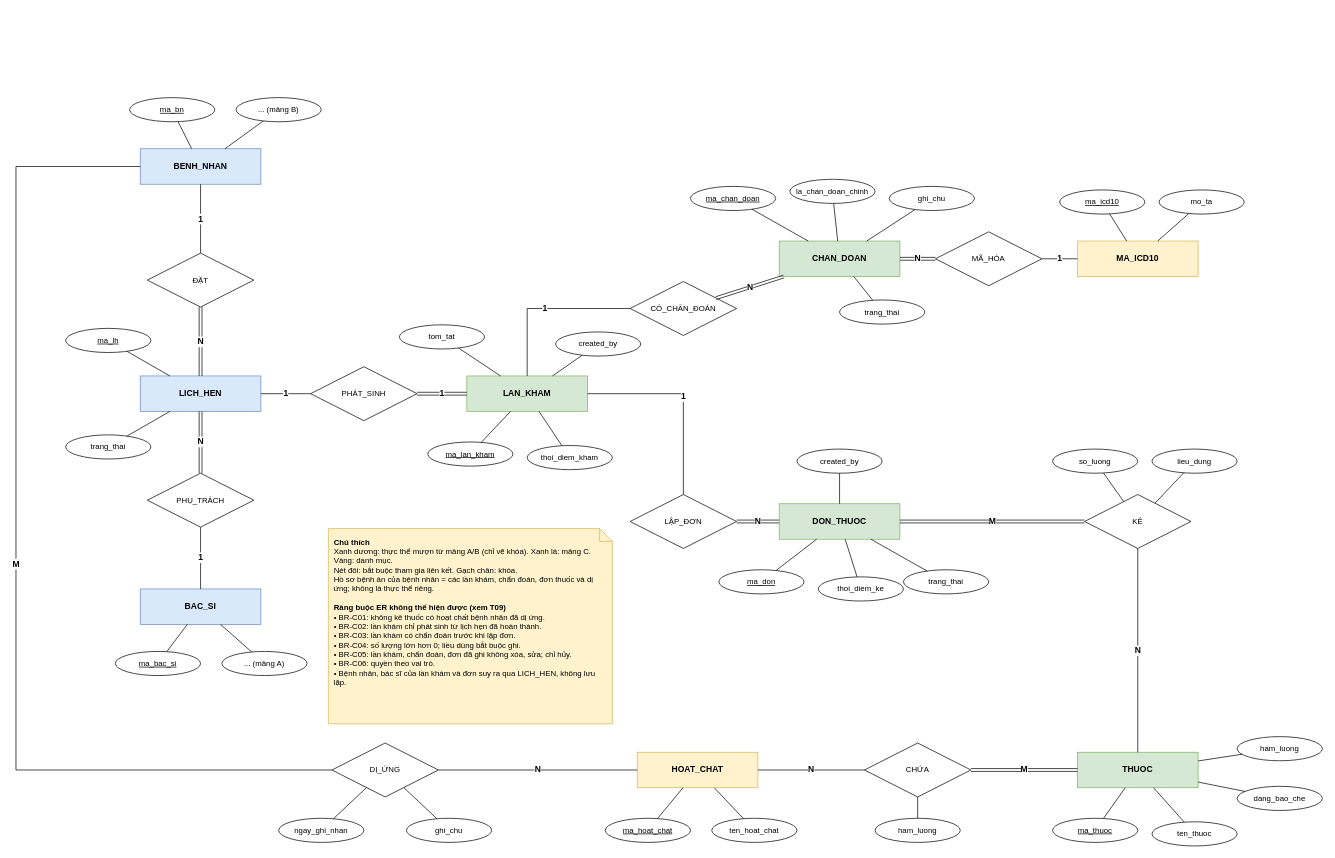
Before: docs/3_erd/C.drawio in khoiln218/telemedicine, a draw.io diagram. Source tidied: cells renumbered, new cells numbered last; positions are measured from the earlier drawing's top-left corner, leaving out a move shared by most shapes. Both pictures are drawn from the tidied source at 71%, with x=0, y=0 at pixel (16, 97).
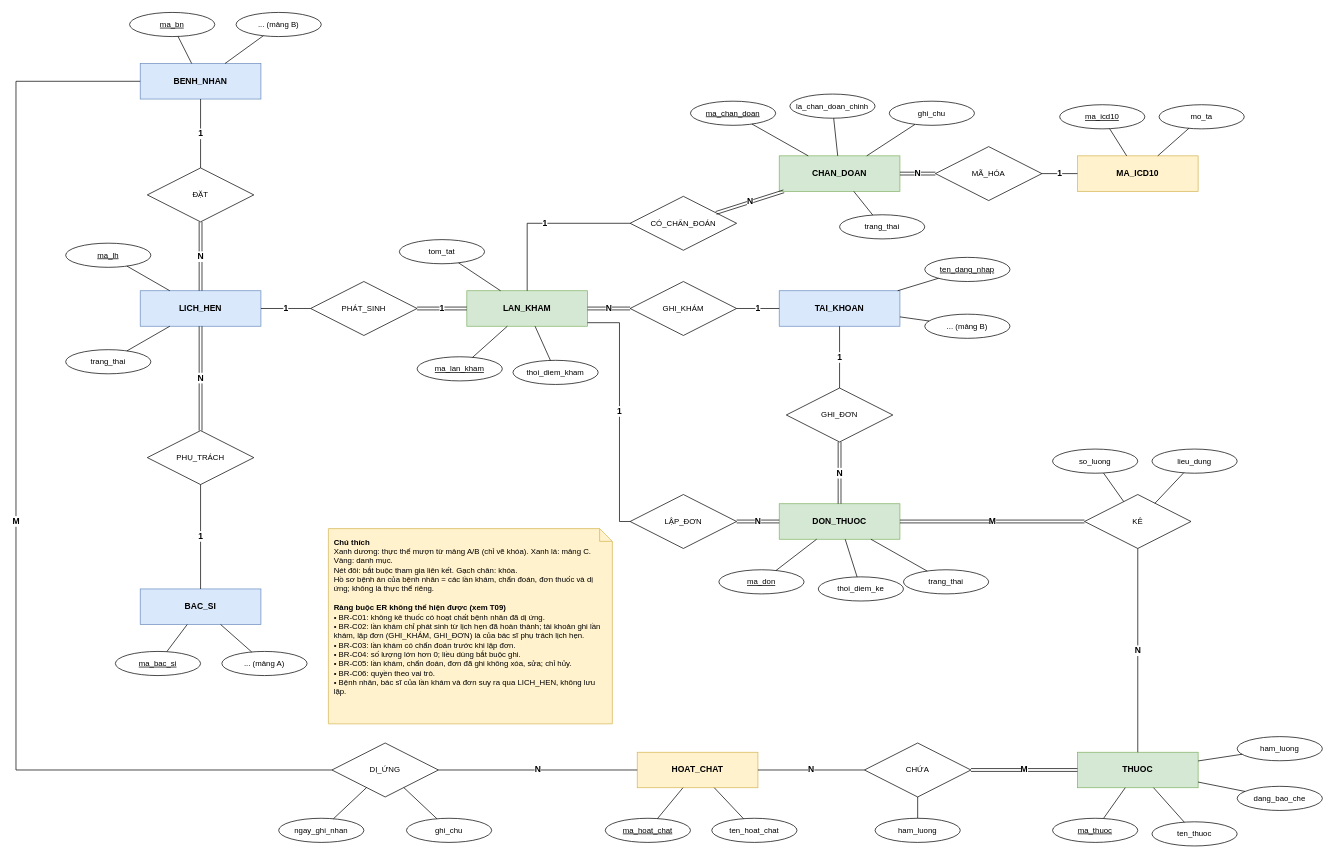
The same page after the edit.

Unchanged cells that the change refers to:
```xml
<mxCell id="8" value="DON_THUOC" style="shape=ext;double=0;whiteSpace=wrap;html=1;fontStyle=1;fillColor=#d5e8d4;strokeColor=#82b366;" parent="1" vertex="1">
  <mxGeometry x="1075" y="572" width="170" height="50" as="geometry" />
</mxCell>
<mxCell id="16" value="LẬP_ĐƠN" style="shape=rhombus;double=0;perimeter=rhombusPerimeter;whiteSpace=wrap;html=1;fontSize=11;fillColor=#ffffff;strokeColor=#000000;" parent="1" vertex="1">
  <mxGeometry x="865" y="559" width="150" height="76" as="geometry" />
</mxCell>
<mxCell id="19" value="DỊ_ỨNG" style="shape=rhombus;double=0;perimeter=rhombusPerimeter;whiteSpace=wrap;html=1;fontSize=11;fillColor=#ffffff;strokeColor=#000000;" parent="1" vertex="1">
  <mxGeometry x="445" y="909" width="150" height="76" as="geometry" />
</mxCell>
```

The edit, as a diff of the source:
```diff
@@
     <mxCell id="2" value="BENH_NHAN" style="shape=ext;double=0;whiteSpace=wrap;html=1;fontStyle=1;fillColor=#dae8fc;strokeColor=#6c8ebf;" parent="1" vertex="1">
-      <mxGeometry x="175" y="72" width="170" height="50" as="geometry" />
+      <mxGeometry x="175" y="-48" width="170" height="50" as="geometry" />
     </mxCell>
     <mxCell id="3" value="LICH_HEN" style="shape=ext;double=0;whiteSpace=wrap;html=1;fontStyle=1;fillColor=#dae8fc;strokeColor=#6c8ebf;" parent="1" vertex="1">
-      <mxGeometry x="175" y="392" width="170" height="50" as="geometry" />
+      <mxGeometry x="175" y="272" width="170" height="50" as="geometry" />
     </mxCell>
@@
     <mxCell id="5" value="LAN_KHAM" style="shape=ext;double=0;whiteSpace=wrap;html=1;fontStyle=1;fillColor=#d5e8d4;strokeColor=#82b366;" parent="1" vertex="1">
-      <mxGeometry x="635" y="392" width="170" height="50" as="geometry" />
+      <mxGeometry x="635" y="272" width="170" height="50" as="geometry" />
     </mxCell>
     <mxCell id="6" value="CHAN_DOAN" style="shape=ext;double=0;whiteSpace=wrap;html=1;fontStyle=1;fillColor=#d5e8d4;strokeColor=#82b366;" parent="1" vertex="1">
-      <mxGeometry x="1075" y="202" width="170" height="50" as="geometry" />
+      <mxGeometry x="1075" y="82" width="170" height="50" as="geometry" />
     </mxCell>
     <mxCell id="7" value="MA_ICD10" style="shape=ext;double=0;whiteSpace=wrap;html=1;fontStyle=1;fillColor=#fff2cc;strokeColor=#d6b656;" parent="1" vertex="1">
-      <mxGeometry x="1495" y="202" width="170" height="50" as="geometry" />
+      <mxGeometry x="1495" y="82" width="170" height="50" as="geometry" />
     </mxCell>
@@
     <mxCell id="11" value="ĐẶT" style="shape=rhombus;double=0;perimeter=rhombusPerimeter;whiteSpace=wrap;html=1;fontSize=11;fillColor=#ffffff;strokeColor=#000000;" parent="1" vertex="1">
-      <mxGeometry x="185" y="219" width="150" height="76" as="geometry" />
+      <mxGeometry x="185" y="99" width="150" height="76" as="geometry" />
     </mxCell>
     <mxCell id="12" value="PHỤ_TRÁCH" style="shape=rhombus;double=0;perimeter=rhombusPerimeter;whiteSpace=wrap;html=1;fontSize=11;fillColor=#ffffff;strokeColor=#000000;" parent="1" vertex="1">
-      <mxGeometry x="185" y="529" width="150" height="76" as="geometry" />
+      <mxGeometry x="185" y="469" width="150" height="76" as="geometry" />
     </mxCell>
     <mxCell id="13" value="PHÁT_SINH" style="shape=rhombus;double=0;perimeter=rhombusPerimeter;whiteSpace=wrap;html=1;fontSize=11;fillColor=#ffffff;strokeColor=#000000;" parent="1" vertex="1">
-      <mxGeometry x="415" y="379" width="150" height="76" as="geometry" />
+      <mxGeometry x="415" y="259" width="150" height="76" as="geometry" />
     </mxCell>
     <mxCell id="14" value="CÓ_CHẨN_ĐOÁN" style="shape=rhombus;double=0;perimeter=rhombusPerimeter;whiteSpace=wrap;html=1;fontSize=11;fillColor=#ffffff;strokeColor=#000000;" parent="1" vertex="1">
-      <mxGeometry x="865" y="259" width="150" height="76" as="geometry" />
+      <mxGeometry x="865" y="139" width="150" height="76" as="geometry" />
     </mxCell>
     <mxCell id="15" value="MÃ_HÓA" style="shape=rhombus;double=0;perimeter=rhombusPerimeter;whiteSpace=wrap;html=1;fontSize=11;fillColor=#ffffff;strokeColor=#000000;" parent="1" vertex="1">
-      <mxGeometry x="1295" y="189" width="150" height="76" as="geometry" />
+      <mxGeometry x="1295" y="69" width="150" height="76" as="geometry" />
     </mxCell>
@@
     <mxCell id="20" value="&lt;u&gt;ma_bn&lt;/u&gt;" style="ellipse;whiteSpace=wrap;html=1;fontSize=11;fillColor=#ffffff;strokeColor=#000000;" parent="1" vertex="1">
-      <mxGeometry x="160" width="120" height="34" as="geometry" />
+      <mxGeometry x="160" y="-120" width="120" height="34" as="geometry" />
     </mxCell>
     <mxCell id="21" value="... (mảng B)" style="ellipse;whiteSpace=wrap;html=1;fontSize=11;fillColor=#ffffff;strokeColor=#000000;" parent="1" vertex="1">
-      <mxGeometry x="310" width="120" height="34" as="geometry" />
+      <mxGeometry x="310" y="-120" width="120" height="34" as="geometry" />
     </mxCell>
     <mxCell id="22" value="&lt;u&gt;ma_lh&lt;/u&gt;" style="ellipse;whiteSpace=wrap;html=1;fontSize=11;fillColor=#ffffff;strokeColor=#000000;" parent="1" vertex="1">
-      <mxGeometry x="70" y="325" width="120" height="34" as="geometry" />
+      <mxGeometry x="70" y="205" width="120" height="34" as="geometry" />
     </mxCell>
     <mxCell id="23" value="trang_thai" style="ellipse;whiteSpace=wrap;html=1;fontSize=11;fillColor=#ffffff;strokeColor=#000000;" parent="1" vertex="1">
-      <mxGeometry x="70" y="475" width="120" height="34" as="geometry" />
+      <mxGeometry x="70" y="355" width="120" height="34" as="geometry" />
     </mxCell>
@@
     <mxCell id="26" value="&lt;u&gt;ma_lan_kham&lt;/u&gt;" style="ellipse;whiteSpace=wrap;html=1;fontSize=11;fillColor=#ffffff;strokeColor=#000000;" parent="1" vertex="1">
-      <mxGeometry x="580" y="485" width="120" height="34" as="geometry" />
+      <mxGeometry x="565" y="365" width="120" height="34" as="geometry" />
     </mxCell>
     <mxCell id="27" value="thoi_diem_kham" style="ellipse;whiteSpace=wrap;html=1;fontSize=11;fillColor=#ffffff;strokeColor=#000000;" parent="1" vertex="1">
-      <mxGeometry x="720" y="490" width="120" height="34" as="geometry" />
+      <mxGeometry x="700" y="370" width="120" height="34" as="geometry" />
     </mxCell>
     <mxCell id="28" value="tom_tat" style="ellipse;whiteSpace=wrap;html=1;fontSize=11;fillColor=#ffffff;strokeColor=#000000;" parent="1" vertex="1">
-      <mxGeometry x="540" y="320" width="120" height="34" as="geometry" />
+      <mxGeometry x="540" y="200" width="120" height="34" as="geometry" />
     </mxCell>
-    <mxCell id="29" value="created_by" style="ellipse;whiteSpace=wrap;html=1;fontSize=11;fillColor=#ffffff;strokeColor=#000000;" parent="1" vertex="1">
-      <mxGeometry x="760" y="330" width="120" height="34" as="geometry" />
-    </mxCell>
     <mxCell id="30" value="&lt;u&gt;ma_chan_doan&lt;/u&gt;" style="ellipse;whiteSpace=wrap;html=1;fontSize=11;fillColor=#ffffff;strokeColor=#000000;" parent="1" vertex="1">
-      <mxGeometry x="950" y="125" width="120" height="34" as="geometry" />
+      <mxGeometry x="950" y="5" width="120" height="34" as="geometry" />
     </mxCell>
     <mxCell id="31" value="la_chan_doan_chinh" style="ellipse;whiteSpace=wrap;html=1;fontSize=11;fillColor=#ffffff;strokeColor=#000000;" parent="1" vertex="1">
-      <mxGeometry x="1090" y="115" width="120" height="34" as="geometry" />
+      <mxGeometry x="1090" y="-5" width="120" height="34" as="geometry" />
     </mxCell>
     <mxCell id="32" value="ghi_chu" style="ellipse;whiteSpace=wrap;html=1;fontSize=11;fillColor=#ffffff;strokeColor=#000000;" parent="1" vertex="1">
-      <mxGeometry x="1230" y="125" width="120" height="34" as="geometry" />
+      <mxGeometry x="1230" y="5" width="120" height="34" as="geometry" />
     </mxCell>
     <mxCell id="33" value="trang_thai" style="ellipse;whiteSpace=wrap;html=1;fontSize=11;fillColor=#ffffff;strokeColor=#000000;" parent="1" vertex="1">
-      <mxGeometry x="1160" y="285" width="120" height="34" as="geometry" />
+      <mxGeometry x="1160" y="165" width="120" height="34" as="geometry" />
     </mxCell>
     <mxCell id="34" value="&lt;u&gt;ma_icd10&lt;/u&gt;" style="ellipse;whiteSpace=wrap;html=1;fontSize=11;fillColor=#ffffff;strokeColor=#000000;" parent="1" vertex="1">
-      <mxGeometry x="1470" y="130" width="120" height="34" as="geometry" />
+      <mxGeometry x="1470" y="10" width="120" height="34" as="geometry" />
     </mxCell>
     <mxCell id="35" value="mo_ta" style="ellipse;whiteSpace=wrap;html=1;fontSize=11;fillColor=#ffffff;strokeColor=#000000;" parent="1" vertex="1">
-      <mxGeometry x="1610" y="130" width="120" height="34" as="geometry" />
+      <mxGeometry x="1610" y="10" width="120" height="34" as="geometry" />
     </mxCell>
@@
-    <mxCell id="39" value="created_by" style="ellipse;whiteSpace=wrap;html=1;fontSize=11;fillColor=#ffffff;strokeColor=#000000;" parent="1" vertex="1">
-      <mxGeometry x="1100" y="495" width="120" height="34" as="geometry" />
-    </mxCell>
@@
-    <mxCell id="51" value="&lt;b&gt;Chú thích&lt;/b&gt;&lt;br&gt;Xanh dương: thực thể mượn từ mảng A/B (chỉ vẽ khóa). Xanh lá: mảng C. Vàng: danh mục.&lt;br&gt;Nét đôi: bắt buộc tham gia liên kết. Gạch chân: khóa.&lt;br&gt;Hồ sơ bệnh án của bệnh nhân = các lần khám, chẩn đoán, đơn thuốc và dị ứng; không là thực thể riêng.&lt;br&gt;&lt;br&gt;&lt;b&gt;Ràng buộc ER không thể hiện được (xem T09)&lt;/b&gt;&lt;br&gt;• BR-C01: không kê thuốc có hoạt chất bệnh nhân đã dị ứng.&lt;br&gt;• BR-C02: lần khám chỉ phát sinh từ lịch hẹn đã hoàn thành.&lt;br&gt;• BR-C03: lần khám có chẩn đoán trước khi lập đơn.&lt;br&gt;• BR-C04: số lượng lớn hơn 0; liều dùng bắt buộc ghi.&lt;br&gt;• BR-C05: lần khám, chẩn đoán, đơn đã ghi không xóa, sửa; chỉ hủy.&lt;br&gt;• BR-C06: quyền theo vai trò.&lt;br&gt;• Bệnh nhân, bác sĩ của lần khám và đơn suy ra qua LICH_HEN, không lưu lặp." style="shape=note;whiteSpace=wrap;html=1;size=18;align=left;verticalAlign=top;spacing=8;fontSize=11;fillColor=#fff2cc;strokeColor=#d6b656;" parent="1" vertex="1">
+    <mxCell id="51" value="&lt;b&gt;Chú thích&lt;/b&gt;&lt;br&gt;Xanh dương: thực thể mượn từ mảng A/B (chỉ vẽ khóa). Xanh lá: mảng C. Vàng: danh mục.&lt;br&gt;Nét đôi: bắt buộc tham gia liên kết. Gạch chân: khóa.&lt;br&gt;Hồ sơ bệnh án của bệnh nhân = các lần khám, chẩn đoán, đơn thuốc và dị ứng; không là thực thể riêng.&lt;br&gt;&lt;br&gt;&lt;b&gt;Ràng buộc ER không thể hiện được (xem T09)&lt;/b&gt;&lt;br&gt;• BR-C01: không kê thuốc có hoạt chất bệnh nhân đã dị ứng.&lt;br&gt;• BR-C02: lần khám chỉ phát sinh từ lịch hẹn đã hoàn thành; tài khoản ghi lần khám, lập đơn (GHI_KHÁM, GHI_ĐƠN) là của bác sĩ phụ trách lịch hẹn.&lt;br&gt;• BR-C03: lần khám có chẩn đoán trước khi lập đơn.&lt;br&gt;• BR-C04: số lượng lớn hơn 0; liều dùng bắt buộc ghi.&lt;br&gt;• BR-C05: lần khám, chẩn đoán, đơn đã ghi không xóa, sửa; chỉ hủy.&lt;br&gt;• BR-C06: quyền theo vai trò.&lt;br&gt;• Bệnh nhân, bác sĩ của lần khám và đơn suy ra qua LICH_HEN, không lưu lặp." style="shape=note;whiteSpace=wrap;html=1;size=18;align=left;verticalAlign=top;spacing=8;fontSize=11;fillColor=#fff2cc;strokeColor=#d6b656;" parent="1" vertex="1">
       <mxGeometry x="440" y="607" width="400" height="275" as="geometry" />
     </mxCell>
@@
-    <mxCell id="61" style="endArrow=none;html=1;rounded=0;fontSize=12;fontStyle=1;labelBackgroundColor=#ffffff;" parent="1" edge="1" source="29" target="5">
-      <mxGeometry relative="1" as="geometry" />
-    </mxCell>
@@
-    <mxCell id="71" style="endArrow=none;html=1;rounded=0;fontSize=12;fontStyle=1;labelBackgroundColor=#ffffff;" parent="1" edge="1" source="39" target="8">
-      <mxGeometry relative="1" as="geometry" />
-    </mxCell>
@@
     <mxCell id="89" value="1" style="endArrow=none;html=1;rounded=0;fontSize=12;fontStyle=1;labelBackgroundColor=#ffffff;edgeStyle=orthogonalEdgeStyle;" parent="1" edge="1" source="5" target="14">
       <mxGeometry relative="1" as="geometry">
         <Array as="points">
-          <mxPoint x="720" y="297" />
+          <mxPoint x="720" y="177" />
         </Array>
       </mxGeometry>
     </mxCell>
@@
-    <mxCell id="93" value="1" style="endArrow=none;html=1;rounded=0;fontSize=12;fontStyle=1;labelBackgroundColor=#ffffff;edgeStyle=orthogonalEdgeStyle;" parent="1" edge="1" source="5" target="16">
+    <mxCell id="93" value="1" style="endArrow=none;html=1;rounded=0;fontSize=12;fontStyle=1;labelBackgroundColor=#ffffff;edgeStyle=orthogonalEdgeStyle;exitX=1;exitY=0.9;exitDx=0;exitDy=0;entryX=0;entryY=0.5;entryDx=0;entryDy=0;" parent="1" edge="1" source="5" target="16">
       <mxGeometry relative="1" as="geometry">
         <Array as="points">
-          <mxPoint x="940" y="417" />
+          <mxPoint x="850" y="317" />
+          <mxPoint x="850" y="597" />
         </Array>
       </mxGeometry>
     </mxCell>
@@
     <mxCell id="99" value="M" style="endArrow=none;html=1;rounded=0;fontSize=12;fontStyle=1;labelBackgroundColor=#ffffff;edgeStyle=orthogonalEdgeStyle;" parent="1" edge="1" source="2" target="19">
       <mxGeometry relative="1" as="geometry">
         <Array as="points">
-          <mxPoint y="97" />
+          <mxPoint y="-23" />
           <mxPoint y="947" />
         </Array>
       </mxGeometry>
     </mxCell>
@@
+    <mxCell id="101" value="TAI_KHOAN" style="shape=ext;double=0;whiteSpace=wrap;html=1;fontStyle=1;fillColor=#dae8fc;strokeColor=#6c8ebf;" parent="1" vertex="1">
+      <mxGeometry x="1075" y="272" width="170" height="50" as="geometry" />
+    </mxCell>
+    <mxCell id="102" value="GHI_KHÁM" style="shape=rhombus;double=0;perimeter=rhombusPerimeter;whiteSpace=wrap;html=1;fontSize=11;fillColor=#ffffff;strokeColor=#000000;" parent="1" vertex="1">
+      <mxGeometry x="865" y="259" width="150" height="76" as="geometry" />
+    </mxCell>
+    <mxCell id="103" value="GHI_ĐƠN" style="shape=rhombus;double=0;perimeter=rhombusPerimeter;whiteSpace=wrap;html=1;fontSize=11;fillColor=#ffffff;strokeColor=#000000;" parent="1" vertex="1">
+      <mxGeometry x="1085" y="409" width="150" height="76" as="geometry" />
+    </mxCell>
+    <mxCell id="104" value="&lt;u&gt;ten_dang_nhap&lt;/u&gt;" style="ellipse;whiteSpace=wrap;html=1;fontSize=11;fillColor=#ffffff;strokeColor=#000000;" parent="1" vertex="1">
+      <mxGeometry x="1280" y="225" width="120" height="34" as="geometry" />
+    </mxCell>
+    <mxCell id="105" value="... (mảng B)" style="ellipse;whiteSpace=wrap;html=1;fontSize=11;fillColor=#ffffff;strokeColor=#000000;" parent="1" vertex="1">
+      <mxGeometry x="1280" y="305" width="120" height="34" as="geometry" />
+    </mxCell>
+    <mxCell id="106" style="endArrow=none;html=1;rounded=0;fontSize=12;fontStyle=1;labelBackgroundColor=#ffffff;" parent="1" edge="1" source="104" target="101">
+      <mxGeometry relative="1" as="geometry" />
+    </mxCell>
+    <mxCell id="107" style="endArrow=none;html=1;rounded=0;fontSize=12;fontStyle=1;labelBackgroundColor=#ffffff;" parent="1" edge="1" source="105" target="101">
+      <mxGeometry relative="1" as="geometry" />
+    </mxCell>
+    <mxCell id="108" value="1" style="endArrow=none;html=1;rounded=0;fontSize=12;fontStyle=1;labelBackgroundColor=#ffffff;" parent="1" edge="1" source="101" target="102">
+      <mxGeometry relative="1" as="geometry" />
+    </mxCell>
+    <mxCell id="109" value="N" style="endArrow=none;html=1;rounded=0;fontSize=12;fontStyle=1;labelBackgroundColor=#ffffff;shape=link;width=4;" parent="1" edge="1" source="102" target="5">
+      <mxGeometry relative="1" as="geometry" />
+    </mxCell>
+    <mxCell id="110" value="1" style="endArrow=none;html=1;rounded=0;fontSize=12;fontStyle=1;labelBackgroundColor=#ffffff;" parent="1" edge="1" source="101" target="103">
+      <mxGeometry relative="1" as="geometry" />
+    </mxCell>
+    <mxCell id="111" value="N" style="endArrow=none;html=1;rounded=0;fontSize=12;fontStyle=1;labelBackgroundColor=#ffffff;shape=link;width=4;" parent="1" edge="1" source="103" target="8">
+      <mxGeometry relative="1" as="geometry" />
+    </mxCell>
```
